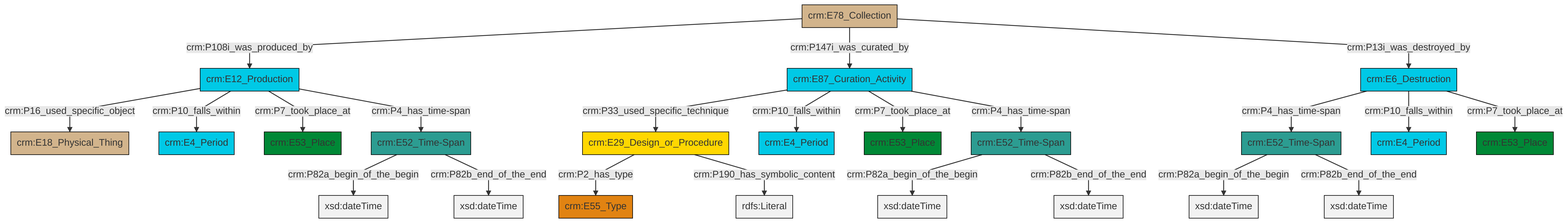
The Mermaid diagram et/archivalCSV/ttl/mmd/png/archival_existence.png in swiss-art-research-net/docs.swissartresearch, before a commit. Its source is kept beside it as et/archivalCSV/ttl/mmd/archival_existence.ttl.mmd.
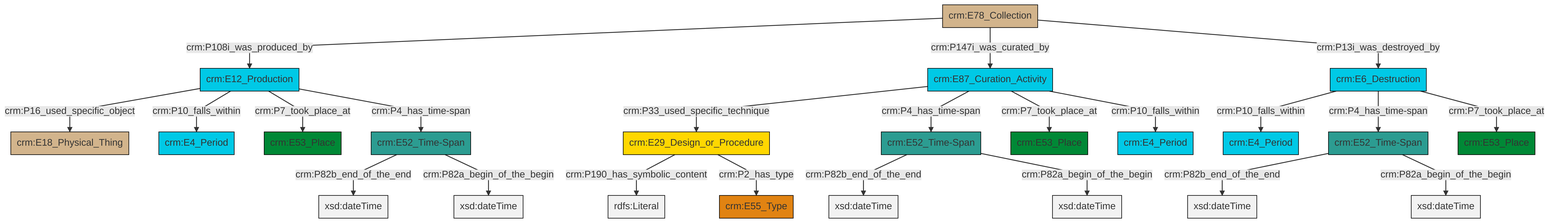
The same file after the commit.

The edit, as a diff of the source:
```diff
@@ -13,25 +13,25 @@
 classDef PC_Classes fill:#4ce600, stroke:#000000;
 classDef Multi fill:#cccccc,stroke:#000000;
 
-0["crm:E78_Collection"]:::Physical_Thing -->|crm:P108i_was_produced_by| 1["crm:E12_Production"]:::Temporal_Entity
-6["crm:E87_Curation_Activity"]:::Temporal_Entity -->|crm:P33_used_specific_technique| 7["crm:E29_Design_or_Procedure"]:::Conceptual_Object
-14["crm:E52_Time-Span"]:::Time-Span -->|crm:P82a_begin_of_the_begin| 15[xsd:dateTime]:::Literal
-1["crm:E12_Production"]:::Temporal_Entity -->|crm:P16_used_specific_object| 16["crm:E18_Physical_Thing"]:::Physical_Thing
-17["crm:E52_Time-Span"]:::Time-Span -->|crm:P82a_begin_of_the_begin| 18[xsd:dateTime]:::Literal
-12["crm:E52_Time-Span"]:::Time-Span -->|crm:P82a_begin_of_the_begin| 24[xsd:dateTime]:::Literal
-8["crm:E6_Destruction"]:::Temporal_Entity -->|crm:P4_has_time-span| 17["crm:E52_Time-Span"]:::Time-Span
-1["crm:E12_Production"]:::Temporal_Entity -->|crm:P10_falls_within| 10["crm:E4_Period"]:::Temporal_Entity
-17["crm:E52_Time-Span"]:::Time-Span -->|crm:P82b_end_of_the_end| 27[xsd:dateTime]:::Literal
-0["crm:E78_Collection"]:::Physical_Thing -->|crm:P147i_was_curated_by| 6["crm:E87_Curation_Activity"]:::Temporal_Entity
-6["crm:E87_Curation_Activity"]:::Temporal_Entity -->|crm:P10_falls_within| 34["crm:E4_Period"]:::Temporal_Entity
-6["crm:E87_Curation_Activity"]:::Temporal_Entity -->|crm:P7_took_place_at| 30["crm:E53_Place"]:::Place
-12["crm:E52_Time-Span"]:::Time-Span -->|crm:P82b_end_of_the_end| 35[xsd:dateTime]:::Literal
-6["crm:E87_Curation_Activity"]:::Temporal_Entity -->|crm:P4_has_time-span| 14["crm:E52_Time-Span"]:::Time-Span
-0["crm:E78_Collection"]:::Physical_Thing -->|crm:P13i_was_destroyed_by| 8["crm:E6_Destruction"]:::Temporal_Entity
-7["crm:E29_Design_or_Procedure"]:::Conceptual_Object -->|crm:P2_has_type| 32["crm:E55_Type"]:::Type
-1["crm:E12_Production"]:::Temporal_Entity -->|crm:P7_took_place_at| 2["crm:E53_Place"]:::Place
-7["crm:E29_Design_or_Procedure"]:::Conceptual_Object -->|crm:P190_has_symbolic_content| 36[rdfs:Literal]:::Literal
-8["crm:E6_Destruction"]:::Temporal_Entity -->|crm:P10_falls_within| 20["crm:E4_Period"]:::Temporal_Entity
-8["crm:E6_Destruction"]:::Temporal_Entity -->|crm:P7_took_place_at| 4["crm:E53_Place"]:::Place
-14["crm:E52_Time-Span"]:::Time-Span -->|crm:P82b_end_of_the_end| 38[xsd:dateTime]:::Literal
-1["crm:E12_Production"]:::Temporal_Entity -->|crm:P4_has_time-span| 12["crm:E52_Time-Span"]:::Time-Span
+0["crm:E29_Design_or_Procedure"]:::Conceptual_Object -->|crm:P190_has_symbolic_content| 1[rdfs:Literal]:::Literal
+2["crm:E6_Destruction"]:::Temporal_Entity -->|crm:P10_falls_within| 3["crm:E4_Period"]:::Temporal_Entity
+0["crm:E29_Design_or_Procedure"]:::Conceptual_Object -->|crm:P2_has_type| 8["crm:E55_Type"]:::Type
+11["crm:E12_Production"]:::Temporal_Entity -->|crm:P16_used_specific_object| 12["crm:E18_Physical_Thing"]:::Physical_Thing
+6["crm:E52_Time-Span"]:::Time-Span -->|crm:P82b_end_of_the_end| 15[xsd:dateTime]:::Literal
+11["crm:E12_Production"]:::Temporal_Entity -->|crm:P10_falls_within| 17["crm:E4_Period"]:::Temporal_Entity
+2["crm:E6_Destruction"]:::Temporal_Entity -->|crm:P4_has_time-span| 13["crm:E52_Time-Span"]:::Time-Span
+20["crm:E52_Time-Span"]:::Time-Span -->|crm:P82b_end_of_the_end| 21[xsd:dateTime]:::Literal
+6["crm:E52_Time-Span"]:::Time-Span -->|crm:P82a_begin_of_the_begin| 22[xsd:dateTime]:::Literal
+11["crm:E12_Production"]:::Temporal_Entity -->|crm:P7_took_place_at| 23["crm:E53_Place"]:::Place
+25["crm:E87_Curation_Activity"]:::Temporal_Entity -->|crm:P33_used_specific_technique| 0["crm:E29_Design_or_Procedure"]:::Conceptual_Object
+20["crm:E52_Time-Span"]:::Time-Span -->|crm:P82a_begin_of_the_begin| 26[xsd:dateTime]:::Literal
+25["crm:E87_Curation_Activity"]:::Temporal_Entity -->|crm:P4_has_time-span| 20["crm:E52_Time-Span"]:::Time-Span
+2["crm:E6_Destruction"]:::Temporal_Entity -->|crm:P7_took_place_at| 27["crm:E53_Place"]:::Place
+25["crm:E87_Curation_Activity"]:::Temporal_Entity -->|crm:P7_took_place_at| 4["crm:E53_Place"]:::Place
+30["crm:E78_Collection"]:::Physical_Thing -->|crm:P108i_was_produced_by| 11["crm:E12_Production"]:::Temporal_Entity
+13["crm:E52_Time-Span"]:::Time-Span -->|crm:P82b_end_of_the_end| 31[xsd:dateTime]:::Literal
+30["crm:E78_Collection"]:::Physical_Thing -->|crm:P147i_was_curated_by| 25["crm:E87_Curation_Activity"]:::Temporal_Entity
+30["crm:E78_Collection"]:::Physical_Thing -->|crm:P13i_was_destroyed_by| 2["crm:E6_Destruction"]:::Temporal_Entity
+25["crm:E87_Curation_Activity"]:::Temporal_Entity -->|crm:P10_falls_within| 9["crm:E4_Period"]:::Temporal_Entity
+13["crm:E52_Time-Span"]:::Time-Span -->|crm:P82a_begin_of_the_begin| 37[xsd:dateTime]:::Literal
+11["crm:E12_Production"]:::Temporal_Entity -->|crm:P4_has_time-span| 6["crm:E52_Time-Span"]:::Time-Span
```
